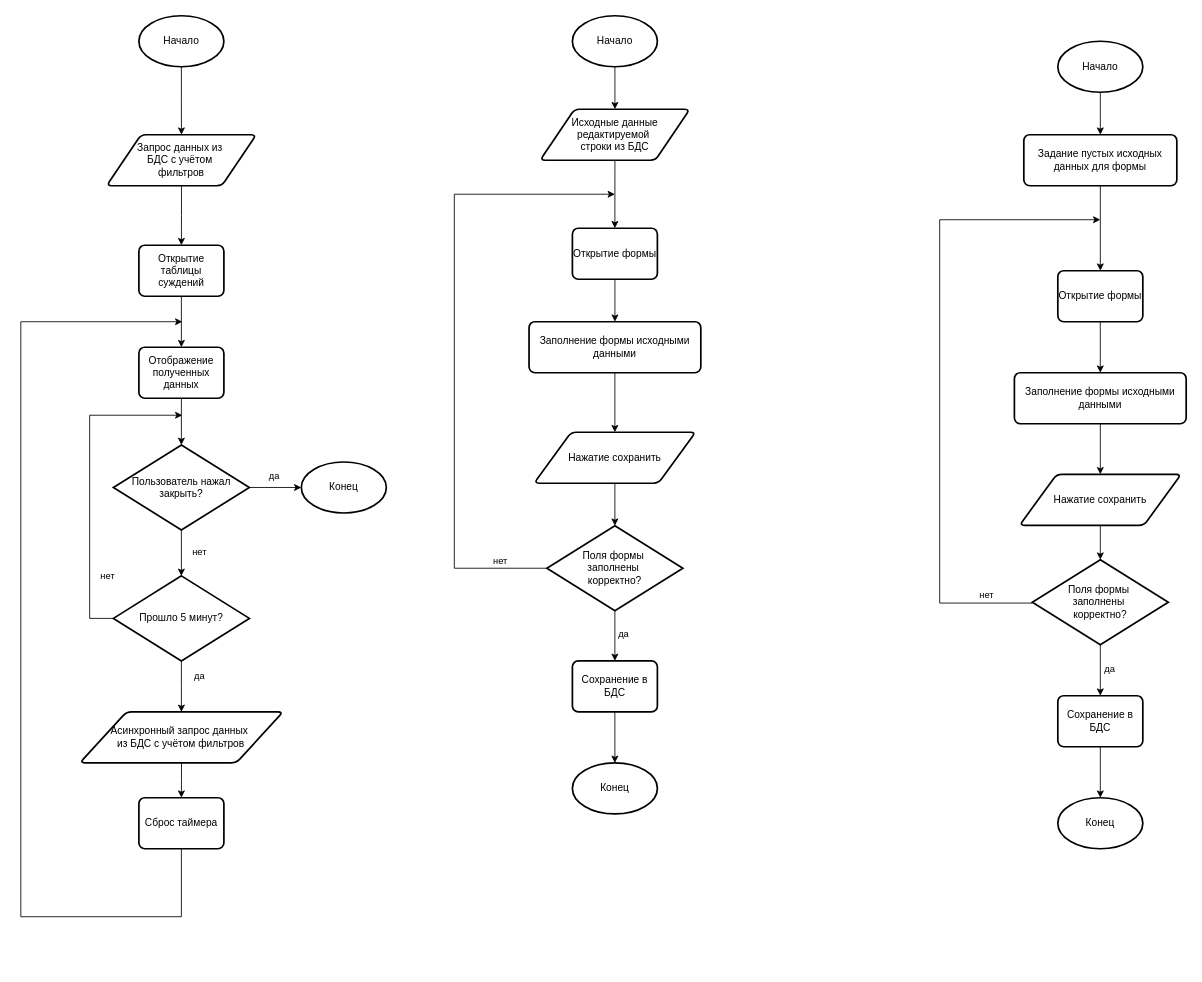
Before: Михайловский/Ввод и редактирование экспертных суждений/Блок-схемы.drawio in ZOaZOaZoa/SPPR, a draw.io diagram. Source tidied: cells renumbered, new cells numbered last; positions are measured from the earlier drawing's top-left corner, leaving out a move shared by most shapes. Both pictures are drawn from the tidied source at 85%, with x=0, y=0 at pixel (20, 15).
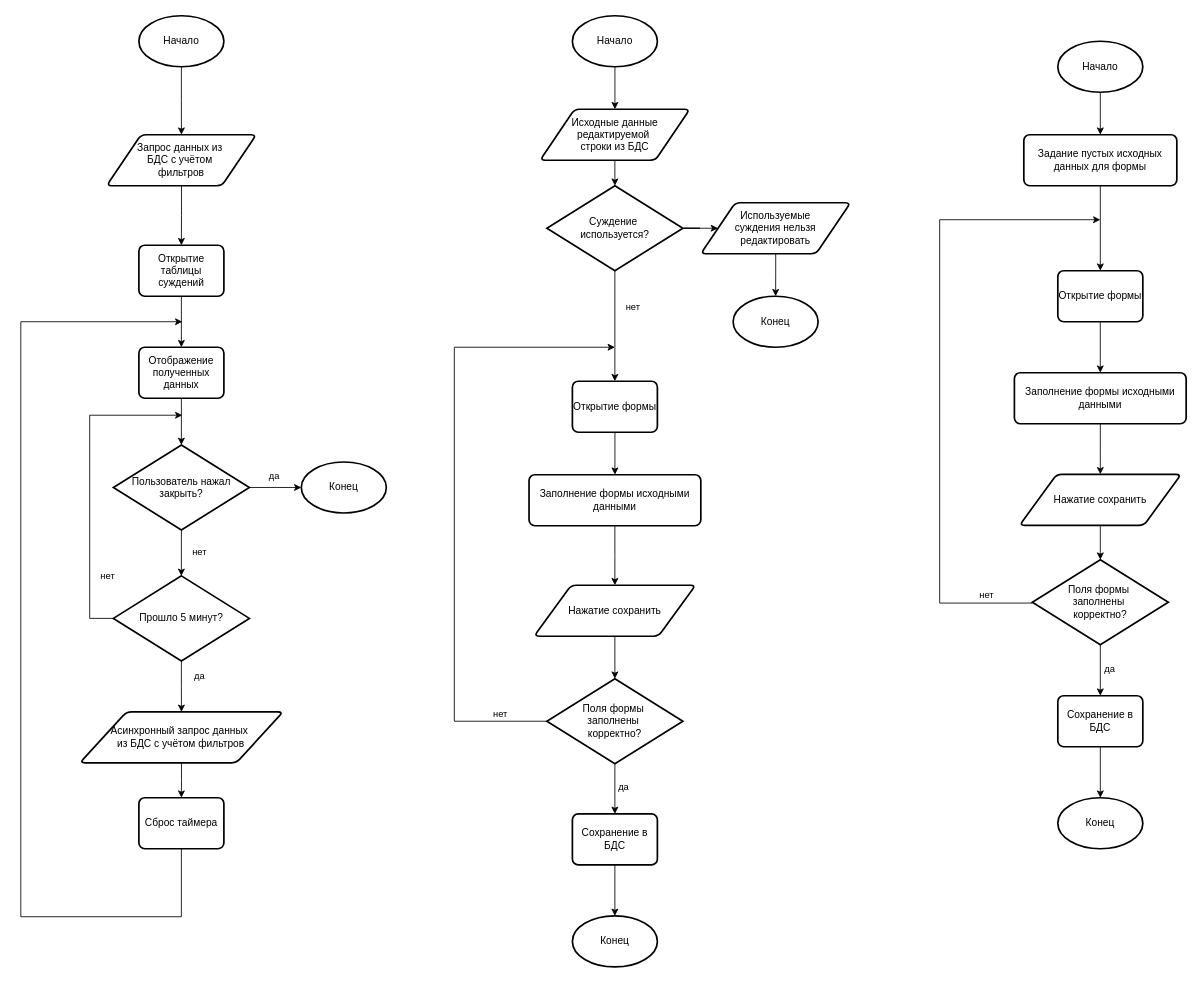
After the change.

The change refers to these unchanged cells:
```xml
<mxCell id="29" value="Исходные данные редактируемой&amp;nbsp;&lt;div&gt;строки из БДС&lt;/div&gt;" style="shape=parallelogram;html=1;strokeWidth=2;perimeter=parallelogramPerimeter;whiteSpace=wrap;rounded=1;arcSize=12;size=0.23;" parent="1" vertex="1">
  <mxGeometry x="610.9" y="110" width="176.1" height="60" as="geometry" />
</mxCell>
```

The edit, as a diff of the source:
```diff
@@
-    <mxCell id="18" style="edgeStyle=orthogonalEdgeStyle;rounded=0;jettySize=auto;html=1;exitX=0.5;exitY=1;exitDx=0;exitDy=0;entryX=0.5;entryY=0;entryDx=0;entryDy=0;" parent="1" edge="1" source="29" target="31">
-      <mxGeometry relative="1" as="geometry" />
-    </mxCell>
     <mxCell id="19" value="Нажатие сохранить" style="shape=parallelogram;html=1;strokeWidth=2;perimeter=parallelogramPerimeter;whiteSpace=wrap;rounded=1;arcSize=12;size=0.23;" parent="1" vertex="1">
-      <mxGeometry x="603.9" y="490" width="190" height="60" as="geometry" />
+      <mxGeometry x="603.9" y="670" width="190" height="60" as="geometry" />
     </mxCell>
     <mxCell id="20" style="edgeStyle=orthogonalEdgeStyle;rounded=0;jettySize=auto;html=1;exitX=0;exitY=0.5;exitDx=0;exitDy=0;exitPerimeter=0;" parent="1" edge="1" source="24">
       <mxGeometry relative="1" as="geometry">
-        <mxPoint x="698.9" y="210" as="targetPoint" />
+        <mxPoint x="698.9" y="390" as="targetPoint" />
         <Array as="points">
-          <mxPoint x="510" y="650" />
-          <mxPoint x="510" y="210" />
+          <mxPoint x="510" y="830" />
+          <mxPoint x="510" y="390" />
         </Array>
       </mxGeometry>
     </mxCell>
@@
     <mxCell id="24" value="Поля формы&amp;nbsp;&lt;div&gt;заполнены&amp;nbsp;&lt;/div&gt;&lt;div&gt;корректно?&lt;/div&gt;" style="strokeWidth=2;html=1;shape=mxgraph.flowchart.decision;whiteSpace=wrap;" parent="1" vertex="1">
-      <mxGeometry x="618.9" y="600" width="160" height="100" as="geometry" />
+      <mxGeometry x="618.9" y="780" width="160" height="100" as="geometry" />
     </mxCell>
@@
     <mxCell id="26" value="Сохранение в БДС" style="rounded=1;whiteSpace=wrap;html=1;absoluteArcSize=1;arcSize=14;strokeWidth=2;" parent="1" vertex="1">
-      <mxGeometry x="648.9" y="759" width="100" height="60" as="geometry" />
+      <mxGeometry x="648.9" y="939" width="100" height="60" as="geometry" />
     </mxCell>
     <mxCell id="27" value="Конец" style="strokeWidth=2;html=1;shape=mxgraph.flowchart.start_1;whiteSpace=wrap;" parent="1" vertex="1">
-      <mxGeometry x="648.9" y="879" width="100" height="60" as="geometry" />
+      <mxGeometry x="648.9" y="1059" width="100" height="60" as="geometry" />
     </mxCell>
@@
     <mxCell id="31" value="Открытие формы" style="rounded=1;whiteSpace=wrap;html=1;absoluteArcSize=1;arcSize=14;strokeWidth=2;" parent="1" vertex="1">
-      <mxGeometry x="648.9" y="250" width="100" height="60" as="geometry" />
+      <mxGeometry x="648.9" y="430" width="100" height="60" as="geometry" />
     </mxCell>
@@
     <mxCell id="33" value="Заполнение формы исходными данными" style="rounded=1;whiteSpace=wrap;html=1;absoluteArcSize=1;arcSize=14;strokeWidth=2;" parent="1" vertex="1">
-      <mxGeometry x="597.9" y="360" width="202.1" height="60" as="geometry" />
+      <mxGeometry x="597.9" y="540" width="202.1" height="60" as="geometry" />
     </mxCell>
@@
+    <mxCell id="61" style="edgeStyle=orthogonalEdgeStyle;rounded=0;jettySize=auto;html=1;entryX=0.5;entryY=0;entryDx=0;entryDy=0;" parent="1" edge="1" source="64" target="31">
+      <mxGeometry relative="1" as="geometry" />
+    </mxCell>
+    <mxCell id="62" value="нет" style="edgeLabel;html=1;align=center;verticalAlign=middle;" parent="61" vertex="1">
+      <mxGeometry x="-0.36" y="-3" relative="1" as="geometry">
+        <mxPoint x="24" as="offset" />
+      </mxGeometry>
+    </mxCell>
+    <mxCell id="63" style="edgeStyle=orthogonalEdgeStyle;rounded=0;jettySize=auto;html=1;entryX=0;entryY=0.5;entryDx=0;entryDy=0;" parent="1" edge="1" source="64" target="67">
+      <mxGeometry relative="1" as="geometry" />
+    </mxCell>
+    <mxCell id="64" value="Суждение&amp;nbsp;&lt;div&gt;используется?&lt;/div&gt;" style="strokeWidth=2;html=1;shape=mxgraph.flowchart.decision;whiteSpace=wrap;" parent="1" vertex="1">
+      <mxGeometry x="618.9" y="200" width="160" height="100" as="geometry" />
+    </mxCell>
+    <mxCell id="65" style="edgeStyle=orthogonalEdgeStyle;rounded=0;jettySize=auto;html=1;entryX=0.5;entryY=0;entryDx=0;entryDy=0;entryPerimeter=0;" parent="1" edge="1" source="29" target="64">
+      <mxGeometry relative="1" as="geometry" />
+    </mxCell>
+    <mxCell id="66" style="edgeStyle=orthogonalEdgeStyle;rounded=0;jettySize=auto;html=1;" parent="1" edge="1" source="67" target="68">
+      <mxGeometry relative="1" as="geometry" />
+    </mxCell>
+    <mxCell id="67" value="Используемые&lt;div&gt;суждения нельзя&lt;/div&gt;&lt;div&gt;редактировать&lt;/div&gt;" style="shape=parallelogram;html=1;strokeWidth=2;perimeter=parallelogramPerimeter;whiteSpace=wrap;rounded=1;arcSize=12;size=0.23;" parent="1" vertex="1">
+      <mxGeometry x="800" y="220" width="176.1" height="60" as="geometry" />
+    </mxCell>
+    <mxCell id="68" value="Конец" style="strokeWidth=2;html=1;shape=mxgraph.flowchart.start_1;whiteSpace=wrap;" parent="1" vertex="1">
+      <mxGeometry x="838" y="330" width="100" height="60" as="geometry" />
+    </mxCell>
```
